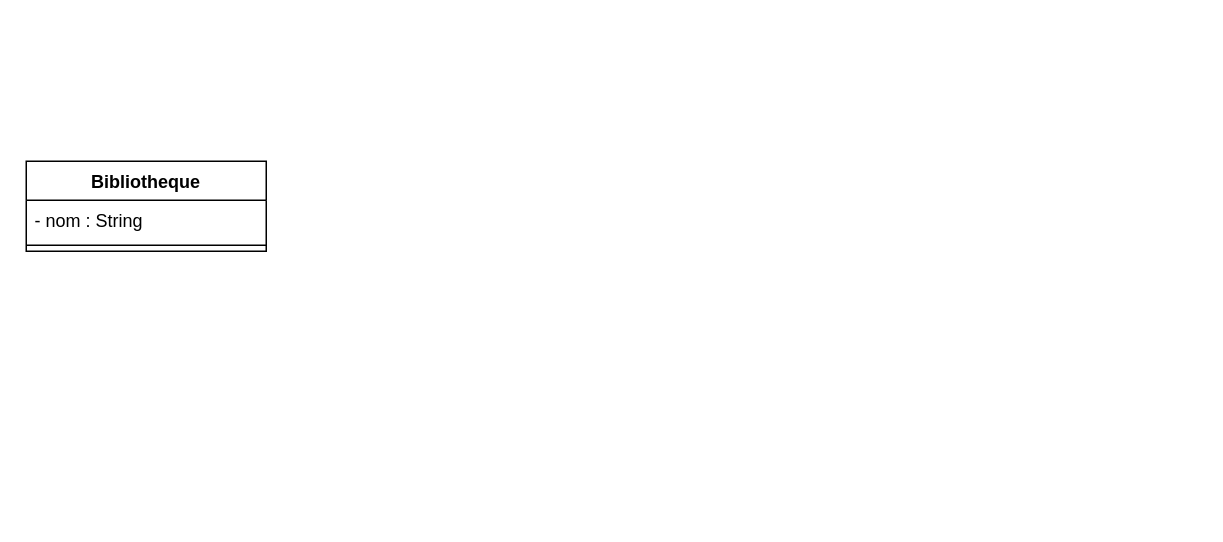
Above: diagClasseEmprunts.drawio in lisa-djerbi/TP25032022 (draw.io), before the change. Source tidied: cells renumbered, new cells numbered last; positions are measured from the earlier drawing's top-left corner, leaving out a move shared by most shapes. Both pictures are drawn from the tidied source at 150%, with x=0, y=0 at pixel (26, 160).
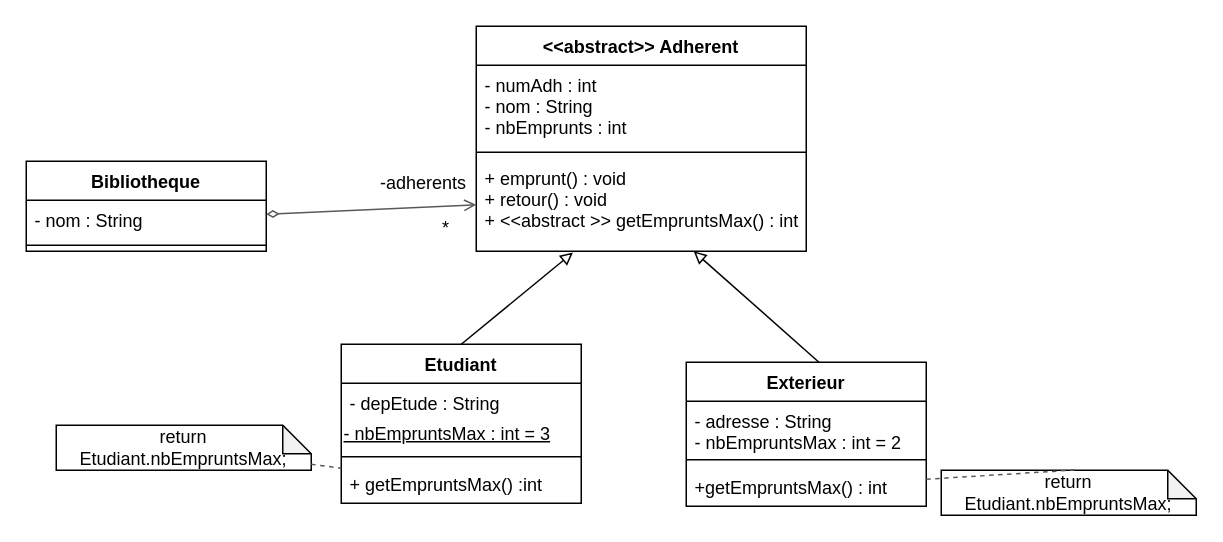
After the change.

Unchanged cells that the change refers to:
```xml
<mxCell id="3" value="- nom : String" style="text;strokeColor=none;fillColor=none;align=left;verticalAlign=top;spacingLeft=4;spacingRight=4;overflow=hidden;points=[[0,0.5],[1,0.5]];portConstraint=eastwest;" parent="2" vertex="1">
  <mxGeometry y="26" width="160" height="26" as="geometry" />
</mxCell>
```

The edit, as a diff of the source:
```diff
@@
+    <mxCell id="5" value="&lt;&lt;abstract&gt;&gt; Adherent" style="swimlane;fontStyle=1;align=center;verticalAlign=top;horizontal=1;startSize=26;" parent="1" vertex="1">
+      <mxGeometry x="300" y="-90" width="220" height="150" as="geometry" />
+    </mxCell>
+    <mxCell id="6" value="- numAdh : int&#10;- nom : String&#10;- nbEmprunts : int" style="text;strokeColor=none;fillColor=none;align=left;verticalAlign=top;spacingLeft=4;spacingRight=4;overflow=hidden;" parent="5" vertex="1">
+      <mxGeometry y="26" width="220" height="54" as="geometry" />
+    </mxCell>
+    <mxCell id="7" style="line;strokeWidth=1;fillColor=none;align=left;verticalAlign=middle;spacingTop=-1;spacingLeft=3;spacingRight=3;labelPosition=right;" parent="5" vertex="1">
+      <mxGeometry y="80" width="220" height="8" as="geometry" />
+    </mxCell>
+    <mxCell id="8" value="+ emprunt() : void&#10;+ retour() : void&#10;+ &lt;&lt;abstract &gt;&gt; getEmpruntsMax() : int&#10;" style="text;strokeColor=none;fillColor=none;align=left;verticalAlign=top;spacingLeft=4;spacingRight=4;overflow=hidden;points=[[0,0.5],[1,0.5]];portConstraint=eastwest;" parent="5" vertex="1">
+      <mxGeometry y="88" width="220" height="62" as="geometry" />
+    </mxCell>
+    <mxCell id="9" value="Etudiant" style="swimlane;fontStyle=1;align=center;verticalAlign=top;horizontal=1;startSize=26;" parent="1" vertex="1">
+      <mxGeometry x="210" y="122" width="160" height="106" as="geometry" />
+    </mxCell>
+    <mxCell id="10" value="- depEtude : String&#10;" style="text;strokeColor=none;fillColor=none;align=left;verticalAlign=top;spacingLeft=4;spacingRight=4;overflow=hidden;" parent="9" vertex="1">
+      <mxGeometry y="26" width="160" height="24" as="geometry" />
+    </mxCell>
+    <mxCell id="11" value="&lt;span&gt;&lt;u&gt;- nbEmpruntsMax : int = 3&lt;/u&gt;&lt;/span&gt;" style="text;html=1;strokeColor=none;fillColor=none;align=left;verticalAlign=middle;whiteSpace=wrap;rounded=0;" parent="9" vertex="1">
+      <mxGeometry y="50" width="160" height="20" as="geometry" />
+    </mxCell>
+    <mxCell id="12" style="line;strokeWidth=1;fillColor=none;align=left;verticalAlign=middle;spacingTop=-1;spacingLeft=3;spacingRight=3;labelPosition=right;" parent="9" vertex="1">
+      <mxGeometry y="70" width="160" height="10" as="geometry" />
+    </mxCell>
+    <mxCell id="13" value="+ getEmpruntsMax() :int" style="text;strokeColor=none;fillColor=none;align=left;verticalAlign=top;spacingLeft=4;spacingRight=4;overflow=hidden;points=[[0,0.5],[1,0.5]];portConstraint=eastwest;" parent="9" vertex="1">
+      <mxGeometry y="80" width="160" height="26" as="geometry" />
+    </mxCell>
+    <mxCell id="14" value="Exterieur" style="swimlane;fontStyle=1;align=center;verticalAlign=top;horizontal=1;startSize=26;" parent="1" vertex="1">
+      <mxGeometry x="440" y="134" width="160" height="96" as="geometry" />
+    </mxCell>
+    <mxCell id="15" value="- adresse : String&#10;- nbEmpruntsMax : int = 2" style="text;strokeColor=none;fillColor=none;align=left;verticalAlign=top;spacingLeft=4;spacingRight=4;overflow=hidden;" parent="14" vertex="1">
+      <mxGeometry y="26" width="160" height="34" as="geometry" />
+    </mxCell>
+    <mxCell id="16" style="line;strokeWidth=1;fillColor=none;align=left;verticalAlign=middle;spacingTop=-1;spacingLeft=3;spacingRight=3;labelPosition=right;" parent="14" vertex="1">
+      <mxGeometry y="60" width="160" height="10" as="geometry" />
+    </mxCell>
+    <mxCell id="17" value="+getEmpruntsMax() : int" style="text;strokeColor=none;fillColor=none;align=left;verticalAlign=top;spacingLeft=4;spacingRight=4;overflow=hidden;points=[[0,0.5],[1,0.5]];portConstraint=eastwest;" parent="14" vertex="1">
+      <mxGeometry y="70" width="160" height="26" as="geometry" />
+    </mxCell>
+    <mxCell id="18" style="endArrow=block;html=1;rounded=0;exitX=0.5;exitY=0;exitDx=0;exitDy=0;entryX=0.293;entryY=1.014;entryDx=0;entryDy=0;entryPerimeter=0;endFill=0;" parent="1" edge="1" source="9" target="8">
+      <mxGeometry relative="1" as="geometry" />
+    </mxCell>
+    <mxCell id="19" style="endArrow=block;html=1;rounded=0;endFill=0;exitX=0.554;exitY=0.002;exitDx=0;exitDy=0;exitPerimeter=0;" parent="1" edge="1" source="14" target="8">
+      <mxGeometry relative="1" as="geometry" />
+    </mxCell>
+    <mxCell id="20" value="return Etudiant.nbEmpruntsMax;" style="shape=note;whiteSpace=wrap;html=1;backgroundOutline=1;darkOpacity=0.05;size=19;" parent="1" vertex="1">
+      <mxGeometry x="20" y="176" width="170" height="30" as="geometry" />
+    </mxCell>
+    <mxCell id="21" style="endArrow=none;dashed=1;html=1;rounded=0;strokeColor=#595959;" parent="1" edge="1" source="20" target="13">
+      <mxGeometry relative="1" as="geometry" />
+    </mxCell>
+    <mxCell id="22" style="endArrow=open;html=1;rounded=0;strokeColor=#595959;entryX=0;entryY=0.5;entryDx=0;entryDy=0;startArrow=diamondThin;startFill=0;endFill=0;" parent="1" edge="1" source="3" target="8">
+      <mxGeometry relative="1" as="geometry" />
+    </mxCell>
+    <mxCell id="23" value="return Etudiant.nbEmpruntsMax;" style="shape=note;whiteSpace=wrap;html=1;backgroundOutline=1;darkOpacity=0.05;size=19;" parent="1" vertex="1">
+      <mxGeometry x="610" y="206" width="170" height="30" as="geometry" />
+    </mxCell>
+    <mxCell id="24" style="endArrow=none;dashed=1;html=1;rounded=0;strokeColor=#595959;entryX=0.525;entryY=-0.006;entryDx=0;entryDy=0;entryPerimeter=0;" parent="1" edge="1" source="17" target="23">
+      <mxGeometry relative="1" as="geometry" />
+    </mxCell>
+    <mxCell id="25" value="*" style="text;html=1;strokeColor=none;fillColor=none;align=center;verticalAlign=middle;whiteSpace=wrap;rounded=0;" parent="1" vertex="1">
+      <mxGeometry x="250" y="30" width="60" height="30" as="geometry" />
+    </mxCell>
+    <mxCell id="26" value="-adherents" style="text;html=1;strokeColor=none;fillColor=none;align=center;verticalAlign=middle;whiteSpace=wrap;rounded=0;" parent="1" vertex="1">
+      <mxGeometry x="230" width="70" height="30" as="geometry" />
+    </mxCell>
```
